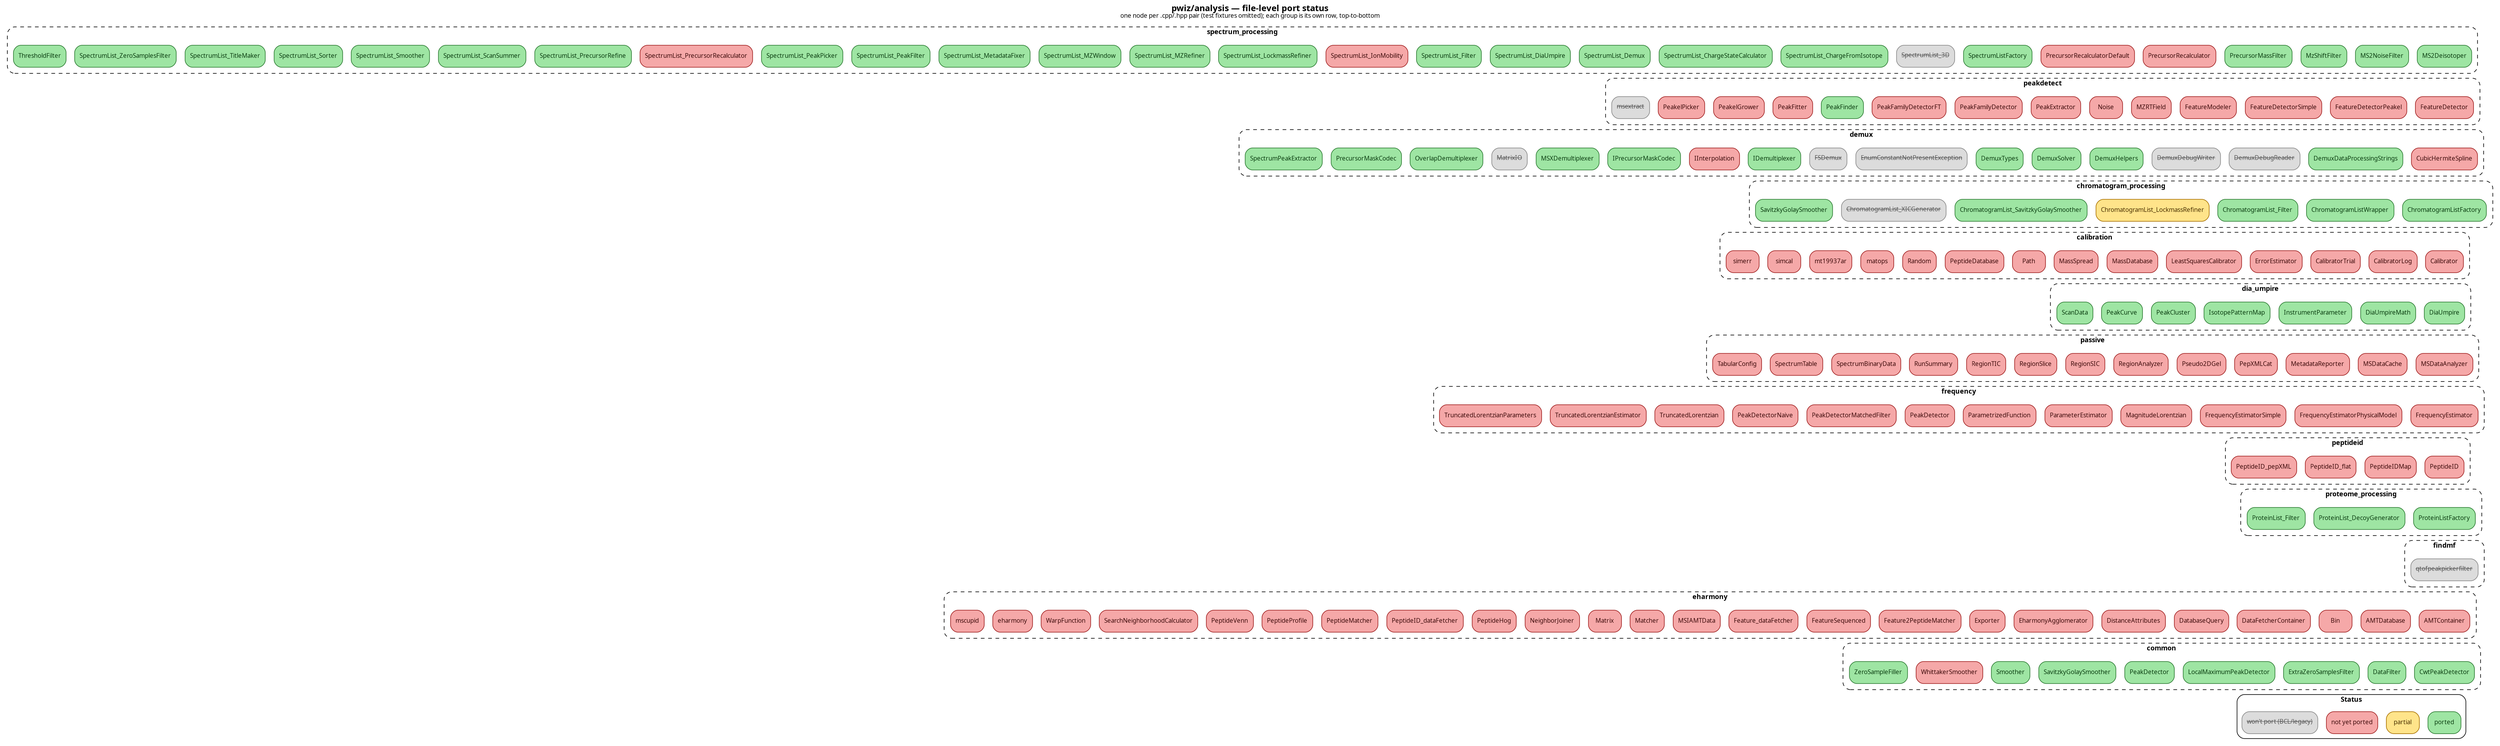
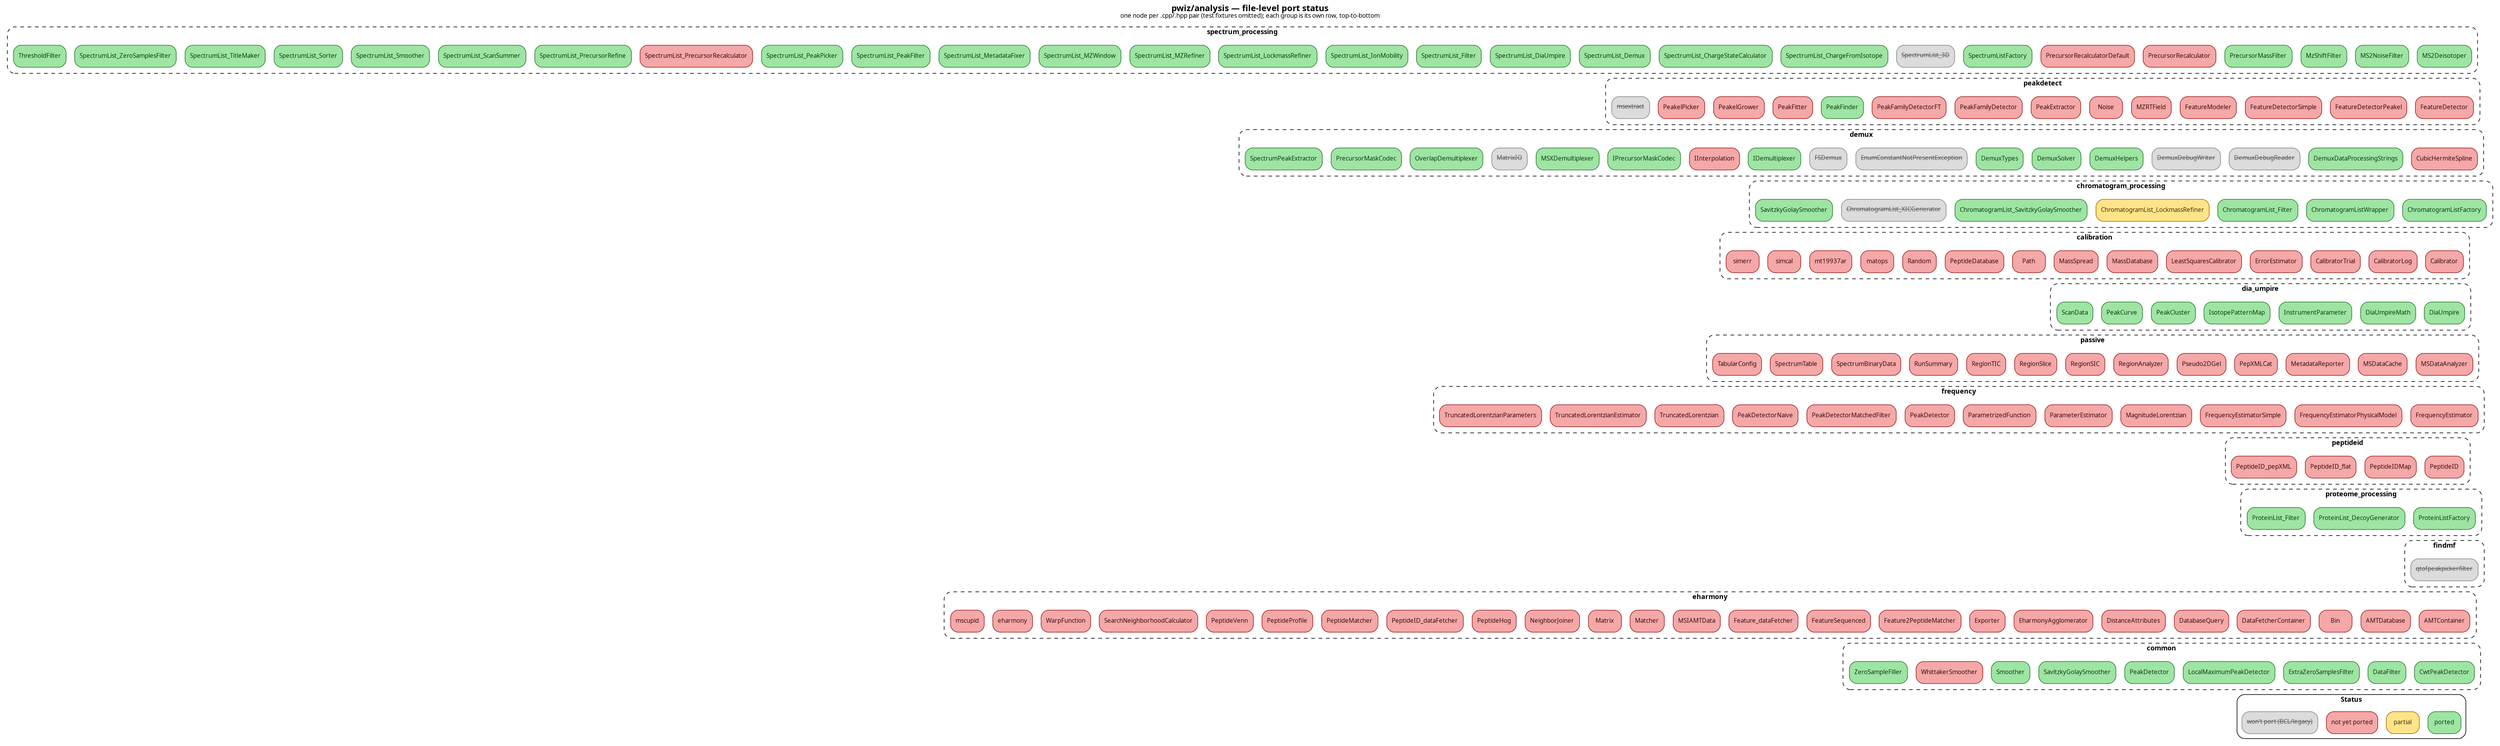
digraph pwiz_module_detail {
  rankdir=TB;
  labelloc=t;
  label=<<b>pwiz/analysis — file-level port status</b><br/><font point-size="10">one node per .cpp/.hpp pair (test fixtures omitted); each group is its own row, top-to-bottom</font>>;
  fontname="Segoe UI";
  node [shape=box, style="filled,rounded", fontname="Segoe UI", fontsize=10];
  edge [color="#444"];
  ranksep=0.6; nodesep=0.2;
  compound=true;
  newrank=true;
  splines=false;
  subgraph cluster_analysis_spectrum_processing {
    label=<<b>spectrum_processing</b>>;
    style="rounded,dashed";
    color="#888";
    fontname="Segoe UI";
    fontsize=11;
    margin=10;
    rank=same;
    n_analysis__spectrum_processing__MS2Deisotoper [label="MS2Deisotoper", fillcolor="#9ee5a3", color="#2c7a32", fontcolor="#0a3d10", tooltip="MS2 isotope-cluster deisotoper. Ported as Analysis/PeakFilters/Ms2Deisotoper.cs.", href="https://github.com/ProteoWizard/pwiz/blob/master/pwiz/analysis/spectrum_processing/MS2Deisotoper.cpp", target="_blank"];
    n_analysis__spectrum_processing__MS2NoiseFilter [label="MS2NoiseFilter", fillcolor="#9ee5a3", color="#2c7a32", fontcolor="#0a3d10", tooltip="MS2 noise-floor trimmer. Ported as Analysis/PeakFilters/Ms2NoiseFilter.cs.", href="https://github.com/ProteoWizard/pwiz/blob/master/pwiz/analysis/spectrum_processing/MS2NoiseFilter.cpp", target="_blank"];
    n_analysis__spectrum_processing__MzShiftFilter [label="MzShiftFilter", fillcolor="#9ee5a3", color="#2c7a32", fontcolor="#0a3d10", tooltip="Apply a constant m/z shift. Ported as Analysis/SpectrumListMzShift.cs.", href="https://github.com/ProteoWizard/pwiz/blob/master/pwiz/analysis/spectrum_processing/MzShiftFilter.cpp", target="_blank"];
    n_analysis__spectrum_processing__PrecursorMassFilter [label="PrecursorMassFilter", fillcolor="#9ee5a3", color="#2c7a32", fontcolor="#0a3d10", tooltip="ETD precursor / charge-reduced / neutral-loss removal. Ported as Analysis/PeakFilters/EtdPrecursorMassFilter.cs.", href="https://github.com/ProteoWizard/pwiz/blob/master/pwiz/analysis/spectrum_processing/PrecursorMassFilter.cpp", target="_blank"];
    n_analysis__spectrum_processing__PrecursorRecalculator [label="PrecursorRecalculator", fillcolor="#f5a8a8", color="#a02020", fontcolor="#3d0a0a", tooltip="Helper for SpectrumList_PrecursorRecalculator. NOT PORTED.", href="https://github.com/ProteoWizard/pwiz/blob/master/pwiz/analysis/spectrum_processing/PrecursorRecalculator.hpp", target="_blank"];
    n_analysis__spectrum_processing__PrecursorRecalculatorDefault [label="PrecursorRecalculatorDefault", fillcolor="#f5a8a8", color="#a02020", fontcolor="#3d0a0a", tooltip="Default precursor-recalc impl. NOT PORTED.", href="https://github.com/ProteoWizard/pwiz/blob/master/pwiz/analysis/spectrum_processing/PrecursorRecalculatorDefault.cpp", target="_blank"];
    n_analysis__spectrum_processing__SpectrumListFactory [label="SpectrumListFactory", fillcolor="#9ee5a3", color="#2c7a32", fontcolor="#0a3d10", tooltip="Filter-spec parser + dispatcher (\"peakPicking true 1-\", \"msLevel 1-2\", etc.).&#10;Ported as Analysis/SpectrumListFactory.cs with the full msconvert filter grammar.", href="https://github.com/ProteoWizard/pwiz/blob/master/pwiz/analysis/spectrum_processing/SpectrumListFactory.cpp", target="_blank"];
    n_analysis__spectrum_processing__SpectrumList_3D [label=<<s>SpectrumList_3D</s>>, fillcolor="#dcdcdc", color="#888888", fontcolor="#555555", tooltip="3D (m/z, drift-time, intensity) reshaper. WON'T PORT — niche, not on the pwiz-sharp roadmap.", href="https://github.com/ProteoWizard/pwiz/blob/master/pwiz/analysis/spectrum_processing/SpectrumList_3D.cpp", target="_blank"];
    n_analysis__spectrum_processing__SpectrumList_ChargeFromIsotope [label="SpectrumList_ChargeFromIsotope", fillcolor="#9ee5a3", color="#2c7a32", fontcolor="#0a3d10", tooltip="Turbocharger — isotope-pattern precursor-charge predictor.&#10;Ported as Analysis/SpectrumList_ChargeFromIsotope.cs with cpp-bit-exact MsvcRand&#10;for pre-simulated distributions + LRU parent-spectrum cache.", href="https://github.com/ProteoWizard/pwiz/blob/master/pwiz/analysis/spectrum_processing/SpectrumList_ChargeFromIsotope.cpp", target="_blank"];
    n_analysis__spectrum_processing__SpectrumList_ChargeStateCalculator [label="SpectrumList_ChargeStateCalculator", fillcolor="#9ee5a3", color="#2c7a32", fontcolor="#0a3d10", tooltip="Heuristic precursor-charge predictor (single-vs-multi, MS1-window based).&#10;Ported as Analysis/SpectrumList_ChargeStateCalculator.cs.", href="https://github.com/ProteoWizard/pwiz/blob/master/pwiz/analysis/spectrum_processing/SpectrumList_ChargeStateCalculator.cpp", target="_blank"];
    n_analysis__spectrum_processing__SpectrumList_Demux [label="SpectrumList_Demux", fillcolor="#9ee5a3", color="#2c7a32", fontcolor="#0a3d10", tooltip="DIA/MSX demultiplexer wrapper. Ported as Analysis/SpectrumListDemux.cs.", href="https://github.com/ProteoWizard/pwiz/blob/master/pwiz/analysis/spectrum_processing/SpectrumList_Demux.cpp", target="_blank"];
    n_analysis__spectrum_processing__SpectrumList_DiaUmpire [label="SpectrumList_DiaUmpire", fillcolor="#9ee5a3", color="#2c7a32", fontcolor="#0a3d10", tooltip="DIA-Umpire MS2 deconvolution wrapper. Ported as Analysis/DiaUmpire/SpectrumList_DiaUmpire.cs. The full DIA-Umpire algorithm (PeakCluster + PeakCurve + IsotopePatternMap + Config + DiaWindow + DiaUmpireMath + ScanData + InstrumentParameter) lives alongside it under Analysis/DiaUmpire/.", href="https://github.com/ProteoWizard/pwiz/blob/master/pwiz/analysis/spectrum_processing/SpectrumList_DiaUmpire.cpp", target="_blank"];
    n_analysis__spectrum_processing__SpectrumList_Filter [label="SpectrumList_Filter", fillcolor="#9ee5a3", color="#2c7a32", fontcolor="#0a3d10", tooltip="Generic index/scanTime/msLevel/polarity/scanNumber/id predicate filter. Ported as Analysis/SpectrumListFilter.cs.", href="https://github.com/ProteoWizard/pwiz/blob/master/pwiz/analysis/spectrum_processing/SpectrumList_Filter.cpp", target="_blank"];
-     n_analysis__spectrum_processing__SpectrumList_IonMobility [label="SpectrumList_IonMobility", fillcolor="#f5a8a8", color="#a02020", fontcolor="#3d0a0a", tooltip="Ion-mobility CCS calculator filter. NOT YET PORTED — needs to be ported once an ion-mobility-capable vendor reader needs it; the vendor reader implementations themselves wire in the CCS conversion.", href="https://github.com/ProteoWizard/pwiz/blob/master/pwiz/analysis/spectrum_processing/SpectrumList_IonMobility.cpp", target="_blank"];
+     n_analysis__spectrum_processing__SpectrumList_IonMobility [label="SpectrumList_IonMobility", fillcolor="#9ee5a3", color="#2c7a32", fontcolor="#0a3d10", tooltip="Unified IM/CCS wrapper across vendors + mzML re-read. Ported as Analysis/SpectrumList_IonMobility.cs. Dispatches through MsData/IIonMobilitySpectrumList (units + combined-IM + SONAR flag) and MsData/IIonMobilityCcsConversion (CCS dispatch), with an mzML CV-param sniff fallback. Waters implements both interfaces today; Agilent / Bruker / Mobilion / Thermo / UIMF plumb in via the same interfaces as their workflows land — the wrapper transparently uses the mzML sniff path until they do.", href="https://github.com/ProteoWizard/pwiz/blob/master/pwiz/analysis/spectrum_processing/SpectrumList_IonMobility.cpp", target="_blank"];
    n_analysis__spectrum_processing__SpectrumList_LockmassRefiner [label="SpectrumList_LockmassRefiner", fillcolor="#9ee5a3", color="#2c7a32", fontcolor="#0a3d10", tooltip="Lock-mass m/z correction (Waters Q-TOF use case).&#10;Ported as Analysis/SpectrumList_LockmassRefiner.cs.", href="https://github.com/ProteoWizard/pwiz/blob/master/pwiz/analysis/spectrum_processing/SpectrumList_LockmassRefiner.cpp", target="_blank"];
    n_analysis__spectrum_processing__SpectrumList_MZRefiner [label="SpectrumList_MZRefiner", fillcolor="#9ee5a3", color="#2c7a32", fontcolor="#0a3d10", tooltip="External-search-result-driven m/z recalibration (mzRefiner filter).&#10;Ported as Analysis/SpectrumList_MZRefiner.cs with full cpp parity (7+ stat passes,&#10;polynomial / shift-only / global / per-scan refinement modes).", href="https://github.com/ProteoWizard/pwiz/blob/master/pwiz/analysis/spectrum_processing/SpectrumList_MZRefiner.cpp", target="_blank"];
    n_analysis__spectrum_processing__SpectrumList_MZWindow [label="SpectrumList_MZWindow", fillcolor="#9ee5a3", color="#2c7a32", fontcolor="#0a3d10", tooltip="m/z range window filter. Ported as Analysis/SpectrumListMzWindow.cs.", href="https://github.com/ProteoWizard/pwiz/blob/master/pwiz/analysis/spectrum_processing/SpectrumList_MZWindow.cpp", target="_blank"];
    n_analysis__spectrum_processing__SpectrumList_MetadataFixer [label="SpectrumList_MetadataFixer", fillcolor="#9ee5a3", color="#2c7a32", fontcolor="#0a3d10", tooltip="Re-derive BPI / TIC / scanWindow from peaks. Ported as Analysis/SpectrumListMetadataFixer.cs.", href="https://github.com/ProteoWizard/pwiz/blob/master/pwiz/analysis/spectrum_processing/SpectrumList_MetadataFixer.cpp", target="_blank"];
    n_analysis__spectrum_processing__SpectrumList_PeakFilter [label="SpectrumList_PeakFilter", fillcolor="#9ee5a3", color="#2c7a32", fontcolor="#0a3d10", tooltip="Framework for per-spectrum peak filters (ETD precursor / charge-reduced / neutral-loss). Ported as Analysis/PeakFilters/.", href="https://github.com/ProteoWizard/pwiz/blob/master/pwiz/analysis/spectrum_processing/SpectrumList_PeakFilter.cpp", target="_blank"];
    n_analysis__spectrum_processing__SpectrumList_PeakPicker [label="SpectrumList_PeakPicker", fillcolor="#9ee5a3", color="#2c7a32", fontcolor="#0a3d10", tooltip="Vendor + CWT + local-maximum centroider. Ported as Analysis/SpectrumList_PeakPicker.cs + Analysis/PeakPicking/CwtPeakDetector.cs.", href="https://github.com/ProteoWizard/pwiz/blob/master/pwiz/analysis/spectrum_processing/SpectrumList_PeakPicker.cpp", target="_blank"];
    n_analysis__spectrum_processing__SpectrumList_PrecursorRecalculator [label="SpectrumList_PrecursorRecalculator", fillcolor="#f5a8a8", color="#a02020", fontcolor="#3d0a0a", tooltip="Re-derive precursor m/z from MS1 (older approach than PrecursorRefine). NOT PORTED — superseded.", href="https://github.com/ProteoWizard/pwiz/blob/master/pwiz/analysis/spectrum_processing/SpectrumList_PrecursorRecalculator.cpp", target="_blank"];
    n_analysis__spectrum_processing__SpectrumList_PrecursorRefine [label="SpectrumList_PrecursorRefine", fillcolor="#9ee5a3", color="#2c7a32", fontcolor="#0a3d10", tooltip="Re-derive precursor m/z from peak-fitted MS1. Ported as Analysis/SpectrumList_PrecursorRefine.cs.", href="https://github.com/ProteoWizard/pwiz/blob/master/pwiz/analysis/spectrum_processing/SpectrumList_PrecursorRefine.cpp", target="_blank"];
    n_analysis__spectrum_processing__SpectrumList_ScanSummer [label="SpectrumList_ScanSummer", fillcolor="#9ee5a3", color="#2c7a32", fontcolor="#0a3d10", tooltip="Sum adjacent scans by retention time. Ported as Analysis/SpectrumListScanSummer.cs.", href="https://github.com/ProteoWizard/pwiz/blob/master/pwiz/analysis/spectrum_processing/SpectrumList_ScanSummer.cpp", target="_blank"];
    n_analysis__spectrum_processing__SpectrumList_Smoother [label="SpectrumList_Smoother", fillcolor="#9ee5a3", color="#2c7a32", fontcolor="#0a3d10", tooltip="Savitzky-Golay smoother. Ported as Analysis/SpectrumList_Smoother.cs.", href="https://github.com/ProteoWizard/pwiz/blob/master/pwiz/analysis/spectrum_processing/SpectrumList_Smoother.cpp", target="_blank"];
    n_analysis__spectrum_processing__SpectrumList_Sorter [label="SpectrumList_Sorter", fillcolor="#9ee5a3", color="#2c7a32", fontcolor="#0a3d10", tooltip="Re-sort spectra by scanTime / scanNumber / ID. Ported as Analysis/SpectrumListSorter.cs.", href="https://github.com/ProteoWizard/pwiz/blob/master/pwiz/analysis/spectrum_processing/SpectrumList_Sorter.cpp", target="_blank"];
    n_analysis__spectrum_processing__SpectrumList_TitleMaker [label="SpectrumList_TitleMaker", fillcolor="#9ee5a3", color="#2c7a32", fontcolor="#0a3d10", tooltip="TPP-compatible spectrum-title templater. Ported as Analysis/SpectrumListTitleMaker.cs.", href="https://github.com/ProteoWizard/pwiz/blob/master/pwiz/analysis/spectrum_processing/SpectrumList_TitleMaker.cpp", target="_blank"];
    n_analysis__spectrum_processing__SpectrumList_ZeroSamplesFilter [label="SpectrumList_ZeroSamplesFilter", fillcolor="#9ee5a3", color="#2c7a32", fontcolor="#0a3d10", tooltip="Insert / remove zero-intensity samples around profile peaks. Ported as Analysis/SpectrumListZeroSamplesFilter.cs.", href="https://github.com/ProteoWizard/pwiz/blob/master/pwiz/analysis/spectrum_processing/SpectrumList_ZeroSamplesFilter.cpp", target="_blank"];
    n_analysis__spectrum_processing__ThresholdFilter [label="ThresholdFilter", fillcolor="#9ee5a3", color="#2c7a32", fontcolor="#0a3d10", tooltip="Per-spectrum intensity thresholder (count / count-after-ties / absolute / bpi-relative /&#10;tic-relative / tic-cutoff). Ported as Analysis/ThresholdFilter.cs.", href="https://github.com/ProteoWizard/pwiz/blob/master/pwiz/analysis/spectrum_processing/ThresholdFilter.cpp", target="_blank"];
    n_analysis__spectrum_processing__MS2Deisotoper -> n_analysis__spectrum_processing__MS2NoiseFilter -> n_analysis__spectrum_processing__MzShiftFilter -> n_analysis__spectrum_processing__PrecursorMassFilter -> n_analysis__spectrum_processing__PrecursorRecalculator -> n_analysis__spectrum_processing__PrecursorRecalculatorDefault -> n_analysis__spectrum_processing__SpectrumListFactory -> n_analysis__spectrum_processing__SpectrumList_3D -> n_analysis__spectrum_processing__SpectrumList_ChargeFromIsotope -> n_analysis__spectrum_processing__SpectrumList_ChargeStateCalculator -> n_analysis__spectrum_processing__SpectrumList_Demux -> n_analysis__spectrum_processing__SpectrumList_DiaUmpire -> n_analysis__spectrum_processing__SpectrumList_Filter -> n_analysis__spectrum_processing__SpectrumList_IonMobility -> n_analysis__spectrum_processing__SpectrumList_LockmassRefiner -> n_analysis__spectrum_processing__SpectrumList_MZRefiner -> n_analysis__spectrum_processing__SpectrumList_MZWindow -> n_analysis__spectrum_processing__SpectrumList_MetadataFixer -> n_analysis__spectrum_processing__SpectrumList_PeakFilter -> n_analysis__spectrum_processing__SpectrumList_PeakPicker -> n_analysis__spectrum_processing__SpectrumList_PrecursorRecalculator -> n_analysis__spectrum_processing__SpectrumList_PrecursorRefine -> n_analysis__spectrum_processing__SpectrumList_ScanSummer -> n_analysis__spectrum_processing__SpectrumList_Smoother -> n_analysis__spectrum_processing__SpectrumList_Sorter -> n_analysis__spectrum_processing__SpectrumList_TitleMaker -> n_analysis__spectrum_processing__SpectrumList_ZeroSamplesFilter -> n_analysis__spectrum_processing__ThresholdFilter [style=invis, constraint=false];
  }
  subgraph cluster_analysis_peakdetect {
    label=<<b>peakdetect</b>>;
    style="rounded,dashed";
    color="#888";
    fontname="Segoe UI";
    fontsize=11;
    margin=10;
    rank=same;
    n_analysis__peakdetect__FeatureDetector [label="FeatureDetector", fillcolor="#f5a8a8", color="#a02020", fontcolor="#3d0a0a", tooltip="MS1 feature (peakel) detector. NOT PORTED — research module.", href="https://github.com/ProteoWizard/pwiz/blob/master/pwiz/analysis/peakdetect/FeatureDetector.hpp", target="_blank"];
    n_analysis__peakdetect__FeatureDetectorPeakel [label="FeatureDetectorPeakel", fillcolor="#f5a8a8", color="#a02020", fontcolor="#3d0a0a", tooltip="Peakel-based feature detector. NOT PORTED.", href="https://github.com/ProteoWizard/pwiz/blob/master/pwiz/analysis/peakdetect/FeatureDetectorPeakel.cpp", target="_blank"];
    n_analysis__peakdetect__FeatureDetectorSimple [label="FeatureDetectorSimple", fillcolor="#f5a8a8", color="#a02020", fontcolor="#3d0a0a", tooltip="Greedy feature detector. NOT PORTED.", href="https://github.com/ProteoWizard/pwiz/blob/master/pwiz/analysis/peakdetect/FeatureDetectorSimple.cpp", target="_blank"];
    n_analysis__peakdetect__FeatureModeler [label="FeatureModeler", fillcolor="#f5a8a8", color="#a02020", fontcolor="#3d0a0a", tooltip="Gaussian-mixture model fitter for features. NOT PORTED.", href="https://github.com/ProteoWizard/pwiz/blob/master/pwiz/analysis/peakdetect/FeatureModeler.cpp", target="_blank"];
    n_analysis__peakdetect__MZRTField [label="MZRTField", fillcolor="#f5a8a8", color="#a02020", fontcolor="#3d0a0a", tooltip="(m/z, rt) coordinate type. NOT PORTED.", href="https://github.com/ProteoWizard/pwiz/blob/master/pwiz/analysis/peakdetect/MZRTField.cpp", target="_blank"];
    n_analysis__peakdetect__Noise [label="Noise", fillcolor="#f5a8a8", color="#a02020", fontcolor="#3d0a0a", tooltip="Noise estimation utilities. NOT PORTED.", href="https://github.com/ProteoWizard/pwiz/blob/master/pwiz/analysis/peakdetect/Noise.cpp", target="_blank"];
    n_analysis__peakdetect__PeakExtractor [label="PeakExtractor", fillcolor="#f5a8a8", color="#a02020", fontcolor="#3d0a0a", tooltip="Extract peaks above a noise floor (feature-detector helper). NOT PORTED.", href="https://github.com/ProteoWizard/pwiz/blob/master/pwiz/analysis/peakdetect/PeakExtractor.cpp", target="_blank"];
    n_analysis__peakdetect__PeakFamilyDetector [label="PeakFamilyDetector", fillcolor="#f5a8a8", color="#a02020", fontcolor="#3d0a0a", tooltip="Charge-state-aware peak family grouping. NOT PORTED.", href="https://github.com/ProteoWizard/pwiz/blob/master/pwiz/analysis/peakdetect/PeakFamilyDetector.cpp", target="_blank"];
    n_analysis__peakdetect__PeakFamilyDetectorFT [label="PeakFamilyDetectorFT", fillcolor="#f5a8a8", color="#a02020", fontcolor="#3d0a0a", tooltip="FT-MS-specific peak family detector. NOT PORTED.", href="https://github.com/ProteoWizard/pwiz/blob/master/pwiz/analysis/peakdetect/PeakFamilyDetectorFT.cpp", target="_blank"];
    n_analysis__peakdetect__PeakFinder [label="PeakFinder", fillcolor="#9ee5a3", color="#2c7a32", fontcolor="#0a3d10", tooltip="IPeakDetector + CwtPeakDetector + LocalMaximumPeakDetector.&#10;Ported as Analysis/PeakPicking/IPeakDetector.cs + CwtPeakDetector.cs +&#10;LocalMaximumPeakDetector.cs. Reference test fixtures (CwtPeakDetectorReferenceTests)&#10;run cpp-generated peak data through the C# port for parity.", href="https://github.com/ProteoWizard/pwiz/blob/master/pwiz/analysis/peakdetect/PeakFinder.cpp", target="_blank"];
    n_analysis__peakdetect__PeakFitter [label="PeakFitter", fillcolor="#f5a8a8", color="#a02020", fontcolor="#3d0a0a", tooltip="Per-peak Gaussian/parabola fit. NOT PORTED — only feature-detector consumers use it.", href="https://github.com/ProteoWizard/pwiz/blob/master/pwiz/analysis/peakdetect/PeakFitter.cpp", target="_blank"];
    n_analysis__peakdetect__PeakelGrower [label="PeakelGrower", fillcolor="#f5a8a8", color="#a02020", fontcolor="#3d0a0a", tooltip="Time-extension of MS1 peaks across scans. NOT PORTED.", href="https://github.com/ProteoWizard/pwiz/blob/master/pwiz/analysis/peakdetect/PeakelGrower.cpp", target="_blank"];
    n_analysis__peakdetect__PeakelPicker [label="PeakelPicker", fillcolor="#f5a8a8", color="#a02020", fontcolor="#3d0a0a", tooltip="Peakel selection from candidate set. NOT PORTED.", href="https://github.com/ProteoWizard/pwiz/blob/master/pwiz/analysis/peakdetect/PeakelPicker.cpp", target="_blank"];
    n_analysis__peakdetect__msextract [label=<<s>msextract</s>>, fillcolor="#dcdcdc", color="#888888", fontcolor="#555555", tooltip="CLI driver. SKIPPED.", href="https://github.com/ProteoWizard/pwiz/blob/master/pwiz/analysis/peakdetect/msextract.cpp", target="_blank"];
    n_analysis__peakdetect__FeatureDetector -> n_analysis__peakdetect__FeatureDetectorPeakel -> n_analysis__peakdetect__FeatureDetectorSimple -> n_analysis__peakdetect__FeatureModeler -> n_analysis__peakdetect__MZRTField -> n_analysis__peakdetect__Noise -> n_analysis__peakdetect__PeakExtractor -> n_analysis__peakdetect__PeakFamilyDetector -> n_analysis__peakdetect__PeakFamilyDetectorFT -> n_analysis__peakdetect__PeakFinder -> n_analysis__peakdetect__PeakFitter -> n_analysis__peakdetect__PeakelGrower -> n_analysis__peakdetect__PeakelPicker -> n_analysis__peakdetect__msextract [style=invis, constraint=false];
  }
  subgraph cluster_analysis_demux {
    label=<<b>demux</b>>;
    style="rounded,dashed";
    color="#888";
    fontname="Segoe UI";
    fontsize=11;
    margin=10;
    rank=same;
    n_analysis__demux__CubicHermiteSpline [label="CubicHermiteSpline", fillcolor="#f5a8a8", color="#a02020", fontcolor="#3d0a0a", tooltip="Cubic Hermite interpolation. NOT PORTED — no current consumer in the demux path.", href="https://github.com/ProteoWizard/pwiz/blob/master/pwiz/analysis/demux/CubicHermiteSpline.cpp", target="_blank"];
    n_analysis__demux__DemuxDataProcessingStrings [label="DemuxDataProcessingStrings", fillcolor="#9ee5a3", color="#2c7a32", fontcolor="#0a3d10", tooltip="String constants for DataProcessing entries. Ported inline into DemuxHelpers.cs.", href="https://github.com/ProteoWizard/pwiz/blob/master/pwiz/analysis/demux/DemuxDataProcessingStrings.hpp", target="_blank"];
    n_analysis__demux__DemuxDebugReader [label=<<s>DemuxDebugReader</s>>, fillcolor="#dcdcdc", color="#888888", fontcolor="#555555", tooltip="Debug snapshot reader. SKIPPED.", href="https://github.com/ProteoWizard/pwiz/blob/master/pwiz/analysis/demux/DemuxDebugReader.cpp", target="_blank"];
    n_analysis__demux__DemuxDebugWriter [label=<<s>DemuxDebugWriter</s>>, fillcolor="#dcdcdc", color="#888888", fontcolor="#555555", tooltip="Debug snapshot writer. SKIPPED.", href="https://github.com/ProteoWizard/pwiz/blob/master/pwiz/analysis/demux/DemuxDebugWriter.cpp", target="_blank"];
    n_analysis__demux__DemuxHelpers [label="DemuxHelpers", fillcolor="#9ee5a3", color="#2c7a32", fontcolor="#0a3d10", tooltip="Helper functions for demux scoring/sorting. Ported as Analysis/Demux/DemuxHelpers.cs.", href="https://github.com/ProteoWizard/pwiz/blob/master/pwiz/analysis/demux/DemuxHelpers.cpp", target="_blank"];
    n_analysis__demux__DemuxSolver [label="DemuxSolver", fillcolor="#9ee5a3", color="#2c7a32", fontcolor="#0a3d10", tooltip="Non-negative least-squares (NNLS) solver for DIA demultiplexing.&#10;Ported as Analysis/Demux/DemuxSolver.cs + Nnls.cs (~200 LOC; cpp-bit-equivalent&#10;active-set solver). Optimized with span-based memory access for 4-8x speedup vs&#10;naïve port.", href="https://github.com/ProteoWizard/pwiz/blob/master/pwiz/analysis/demux/DemuxSolver.cpp", target="_blank"];
    n_analysis__demux__DemuxTypes [label="DemuxTypes", fillcolor="#9ee5a3", color="#2c7a32", fontcolor="#0a3d10", tooltip="Common demux types (DemuxWindow, DemuxIsolationWindow). Folded into Analysis/Demux/PrecursorMaskCodec.cs.", href="https://github.com/ProteoWizard/pwiz/blob/master/pwiz/analysis/demux/DemuxTypes.hpp", target="_blank"];
    n_analysis__demux__EnumConstantNotPresentException [label=<<s>EnumConstantNotPresentException</s>>, fillcolor="#dcdcdc", color="#888888", fontcolor="#555555", tooltip="Trivial exception type. SKIPPED.", href="https://github.com/ProteoWizard/pwiz/blob/master/pwiz/analysis/demux/EnumConstantNotPresentException.hpp", target="_blank"];
    n_analysis__demux__FSDemux [label=<<s>FSDemux</s>>, fillcolor="#dcdcdc", color="#888888", fontcolor="#555555", tooltip="Filesystem-backed demux debug mode. SKIPPED.", href="https://github.com/ProteoWizard/pwiz/blob/master/pwiz/analysis/demux/FSDemux.cpp", target="_blank"];
    n_analysis__demux__IDemultiplexer [label="IDemultiplexer", fillcolor="#9ee5a3", color="#2c7a32", fontcolor="#0a3d10", tooltip="IDemultiplexer interface. Ported as Analysis/Demux/IDemultiplexer.cs.", href="https://github.com/ProteoWizard/pwiz/blob/master/pwiz/analysis/demux/IDemultiplexer.hpp", target="_blank"];
    n_analysis__demux__IInterpolation [label="IInterpolation", fillcolor="#f5a8a8", color="#a02020", fontcolor="#3d0a0a", tooltip="Generic interpolator interface. NOT PORTED.", href="https://github.com/ProteoWizard/pwiz/blob/master/pwiz/analysis/demux/IInterpolation.hpp", target="_blank"];
    n_analysis__demux__IPrecursorMaskCodec [label="IPrecursorMaskCodec", fillcolor="#9ee5a3", color="#2c7a32", fontcolor="#0a3d10", tooltip="Header-only interface. Subsumed by PrecursorMaskCodec.cs.", href="https://github.com/ProteoWizard/pwiz/blob/master/pwiz/analysis/demux/IPrecursorMaskCodec.hpp", target="_blank"];
    n_analysis__demux__MSXDemultiplexer [label="MSXDemultiplexer", fillcolor="#9ee5a3", color="#2c7a32", fontcolor="#0a3d10", tooltip="MSX demultiplexer (Thermo MS2 multiplexing). Ported as Analysis/Demux/MsxDemultiplexer.cs.", href="https://github.com/ProteoWizard/pwiz/blob/master/pwiz/analysis/demux/MSXDemultiplexer.cpp", target="_blank"];
    n_analysis__demux__MatrixIO [label=<<s>MatrixIO</s>>, fillcolor="#dcdcdc", color="#888888", fontcolor="#555555", tooltip="Eigen matrix I/O for debug snapshots. SKIPPED.", href="https://github.com/ProteoWizard/pwiz/blob/master/pwiz/analysis/demux/MatrixIO.cpp", target="_blank"];
    n_analysis__demux__OverlapDemultiplexer [label="OverlapDemultiplexer", fillcolor="#9ee5a3", color="#2c7a32", fontcolor="#0a3d10", tooltip="Overlapping-window DIA demultiplexer. Ported as Analysis/Demux/OverlapDemultiplexer.cs.", href="https://github.com/ProteoWizard/pwiz/blob/master/pwiz/analysis/demux/OverlapDemultiplexer.cpp", target="_blank"];
    n_analysis__demux__PrecursorMaskCodec [label="PrecursorMaskCodec", fillcolor="#9ee5a3", color="#2c7a32", fontcolor="#0a3d10", tooltip="Precursor-window indexing codec. Ported as Analysis/Demux/PrecursorMaskCodec.cs.", href="https://github.com/ProteoWizard/pwiz/blob/master/pwiz/analysis/demux/PrecursorMaskCodec.cpp", target="_blank"];
    n_analysis__demux__SpectrumPeakExtractor [label="SpectrumPeakExtractor", fillcolor="#9ee5a3", color="#2c7a32", fontcolor="#0a3d10", tooltip="Per-scan peak extractor for demux input. Ported as Analysis/Demux/SpectrumPeakExtractor.cs.", href="https://github.com/ProteoWizard/pwiz/blob/master/pwiz/analysis/demux/SpectrumPeakExtractor.cpp", target="_blank"];
    n_analysis__demux__CubicHermiteSpline -> n_analysis__demux__DemuxDataProcessingStrings -> n_analysis__demux__DemuxDebugReader -> n_analysis__demux__DemuxDebugWriter -> n_analysis__demux__DemuxHelpers -> n_analysis__demux__DemuxSolver -> n_analysis__demux__DemuxTypes -> n_analysis__demux__EnumConstantNotPresentException -> n_analysis__demux__FSDemux -> n_analysis__demux__IDemultiplexer -> n_analysis__demux__IInterpolation -> n_analysis__demux__IPrecursorMaskCodec -> n_analysis__demux__MSXDemultiplexer -> n_analysis__demux__MatrixIO -> n_analysis__demux__OverlapDemultiplexer -> n_analysis__demux__PrecursorMaskCodec -> n_analysis__demux__SpectrumPeakExtractor [style=invis, constraint=false];
  }
  subgraph cluster_analysis_chromatogram_processing {
    label=<<b>chromatogram_processing</b>>;
    style="rounded,dashed";
    color="#888";
    fontname="Segoe UI";
    fontsize=11;
    margin=10;
    rank=same;
    n_analysis__chromatogram_processing__ChromatogramListFactory [label="ChromatogramListFactory", fillcolor="#9ee5a3", color="#2c7a32", fontcolor="#0a3d10", tooltip="Ported. No per-file detail recorded yet.", href="https://github.com/ProteoWizard/pwiz/blob/master/pwiz/analysis/chromatogram_processing/ChromatogramListFactory.cpp", target="_blank"];
    n_analysis__chromatogram_processing__ChromatogramListWrapper [label="ChromatogramListWrapper", fillcolor="#9ee5a3", color="#2c7a32", fontcolor="#0a3d10", tooltip="Ported. No per-file detail recorded yet.", href="https://github.com/ProteoWizard/pwiz/blob/master/pwiz/analysis/chromatogram_processing/ChromatogramListWrapper.hpp", target="_blank"];
    n_analysis__chromatogram_processing__ChromatogramList_Filter [label="ChromatogramList_Filter", fillcolor="#9ee5a3", color="#2c7a32", fontcolor="#0a3d10", tooltip="Ported. No per-file detail recorded yet.", href="https://github.com/ProteoWizard/pwiz/blob/master/pwiz/analysis/chromatogram_processing/ChromatogramList_Filter.cpp", target="_blank"];
    n_analysis__chromatogram_processing__ChromatogramList_LockmassRefiner [label="ChromatogramList_LockmassRefiner", fillcolor="#ffe48a", color="#a87000", fontcolor="#4a3000", tooltip="Partially ported. No per-file detail recorded yet.", href="https://github.com/ProteoWizard/pwiz/blob/master/pwiz/analysis/chromatogram_processing/ChromatogramList_LockmassRefiner.cpp", target="_blank"];
    n_analysis__chromatogram_processing__ChromatogramList_SavitzkyGolaySmoother [label="ChromatogramList_SavitzkyGolaySmoother", fillcolor="#9ee5a3", color="#2c7a32", fontcolor="#0a3d10", tooltip="Ported. No per-file detail recorded yet.", href="https://github.com/ProteoWizard/pwiz/blob/master/pwiz/analysis/chromatogram_processing/ChromatogramList_SavitzkyGolaySmoother.cpp", target="_blank"];
    n_analysis__chromatogram_processing__ChromatogramList_XICGenerator [label=<<s>ChromatogramList_XICGenerator</s>>, fillcolor="#dcdcdc", color="#888888", fontcolor="#555555", tooltip="Won't port. No specific replacement recorded.", href="https://github.com/ProteoWizard/pwiz/blob/master/pwiz/analysis/chromatogram_processing/ChromatogramList_XICGenerator.cpp", target="_blank"];
    n_analysis__chromatogram_processing__SavitzkyGolaySmoother [label="SavitzkyGolaySmoother", fillcolor="#9ee5a3", color="#2c7a32", fontcolor="#0a3d10", tooltip="Ported. No per-file detail recorded yet.", href="https://github.com/ProteoWizard/pwiz/blob/master/pwiz/analysis/chromatogram_processing/SavitzkyGolaySmoother.hpp", target="_blank"];
    n_analysis__chromatogram_processing__ChromatogramListFactory -> n_analysis__chromatogram_processing__ChromatogramListWrapper -> n_analysis__chromatogram_processing__ChromatogramList_Filter -> n_analysis__chromatogram_processing__ChromatogramList_LockmassRefiner -> n_analysis__chromatogram_processing__ChromatogramList_SavitzkyGolaySmoother -> n_analysis__chromatogram_processing__ChromatogramList_XICGenerator -> n_analysis__chromatogram_processing__SavitzkyGolaySmoother [style=invis, constraint=false];
  }
  subgraph cluster_analysis_calibration {
    label=<<b>calibration</b>>;
    style="rounded,dashed";
    color="#888";
    fontname="Segoe UI";
    fontsize=11;
    margin=10;
    rank=same;
    n_analysis__calibration__Calibrator [label="Calibrator", fillcolor="#f5a8a8", color="#a02020", fontcolor="#3d0a0a", tooltip="Not yet ported. No specific reason recorded.", href="https://github.com/ProteoWizard/pwiz/blob/master/pwiz/analysis/calibration/Calibrator.cpp", target="_blank"];
    n_analysis__calibration__CalibratorLog [label="CalibratorLog", fillcolor="#f5a8a8", color="#a02020", fontcolor="#3d0a0a", tooltip="Not yet ported. No specific reason recorded.", href="https://github.com/ProteoWizard/pwiz/blob/master/pwiz/analysis/calibration/CalibratorLog.cpp", target="_blank"];
    n_analysis__calibration__CalibratorTrial [label="CalibratorTrial", fillcolor="#f5a8a8", color="#a02020", fontcolor="#3d0a0a", tooltip="Not yet ported. No specific reason recorded.", href="https://github.com/ProteoWizard/pwiz/blob/master/pwiz/analysis/calibration/CalibratorTrial.cpp", target="_blank"];
    n_analysis__calibration__ErrorEstimator [label="ErrorEstimator", fillcolor="#f5a8a8", color="#a02020", fontcolor="#3d0a0a", tooltip="Not yet ported. No specific reason recorded.", href="https://github.com/ProteoWizard/pwiz/blob/master/pwiz/analysis/calibration/ErrorEstimator.cpp", target="_blank"];
    n_analysis__calibration__LeastSquaresCalibrator [label="LeastSquaresCalibrator", fillcolor="#f5a8a8", color="#a02020", fontcolor="#3d0a0a", tooltip="Not yet ported. No specific reason recorded.", href="https://github.com/ProteoWizard/pwiz/blob/master/pwiz/analysis/calibration/LeastSquaresCalibrator.cpp", target="_blank"];
    n_analysis__calibration__MassDatabase [label="MassDatabase", fillcolor="#f5a8a8", color="#a02020", fontcolor="#3d0a0a", tooltip="Not yet ported. No specific reason recorded.", href="https://github.com/ProteoWizard/pwiz/blob/master/pwiz/analysis/calibration/MassDatabase.cpp", target="_blank"];
    n_analysis__calibration__MassSpread [label="MassSpread", fillcolor="#f5a8a8", color="#a02020", fontcolor="#3d0a0a", tooltip="Not yet ported. No specific reason recorded.", href="https://github.com/ProteoWizard/pwiz/blob/master/pwiz/analysis/calibration/MassSpread.cpp", target="_blank"];
    n_analysis__calibration__Path [label="Path", fillcolor="#f5a8a8", color="#a02020", fontcolor="#3d0a0a", tooltip="Not yet ported. No specific reason recorded.", href="https://github.com/ProteoWizard/pwiz/blob/master/pwiz/analysis/calibration/Path.cpp", target="_blank"];
    n_analysis__calibration__PeptideDatabase [label="PeptideDatabase", fillcolor="#f5a8a8", color="#a02020", fontcolor="#3d0a0a", tooltip="Not yet ported. No specific reason recorded.", href="https://github.com/ProteoWizard/pwiz/blob/master/pwiz/analysis/calibration/PeptideDatabase.cpp", target="_blank"];
    n_analysis__calibration__Random [label="Random", fillcolor="#f5a8a8", color="#a02020", fontcolor="#3d0a0a", tooltip="Not yet ported. No specific reason recorded.", href="https://github.com/ProteoWizard/pwiz/blob/master/pwiz/analysis/calibration/Random.cpp", target="_blank"];
    n_analysis__calibration__matops [label="matops", fillcolor="#f5a8a8", color="#a02020", fontcolor="#3d0a0a", tooltip="Not yet ported. No specific reason recorded.", href="https://github.com/ProteoWizard/pwiz/blob/master/pwiz/analysis/calibration/matops.cpp", target="_blank"];
    n_analysis__calibration__mt19937ar [label="mt19937ar", fillcolor="#f5a8a8", color="#a02020", fontcolor="#3d0a0a", tooltip="Not yet ported. No specific reason recorded.", href="https://github.com/ProteoWizard/pwiz/blob/master/pwiz/analysis/calibration/mt19937ar.cpp", target="_blank"];
    n_analysis__calibration__simcal [label="simcal", fillcolor="#f5a8a8", color="#a02020", fontcolor="#3d0a0a", tooltip="Not yet ported. No specific reason recorded.", href="https://github.com/ProteoWizard/pwiz/blob/master/pwiz/analysis/calibration/simcal.cpp", target="_blank"];
    n_analysis__calibration__simerr [label="simerr", fillcolor="#f5a8a8", color="#a02020", fontcolor="#3d0a0a", tooltip="Not yet ported. No specific reason recorded.", href="https://github.com/ProteoWizard/pwiz/blob/master/pwiz/analysis/calibration/simerr.cpp", target="_blank"];
    n_analysis__calibration__Calibrator -> n_analysis__calibration__CalibratorLog -> n_analysis__calibration__CalibratorTrial -> n_analysis__calibration__ErrorEstimator -> n_analysis__calibration__LeastSquaresCalibrator -> n_analysis__calibration__MassDatabase -> n_analysis__calibration__MassSpread -> n_analysis__calibration__Path -> n_analysis__calibration__PeptideDatabase -> n_analysis__calibration__Random -> n_analysis__calibration__matops -> n_analysis__calibration__mt19937ar -> n_analysis__calibration__simcal -> n_analysis__calibration__simerr [style=invis, constraint=false];
  }
  subgraph cluster_analysis_dia_umpire {
    label=<<b>dia_umpire</b>>;
    style="rounded,dashed";
    color="#888";
    fontname="Segoe UI";
    fontsize=11;
    margin=10;
    rank=same;
    n_analysis__dia_umpire__DiaUmpire [label="DiaUmpire", fillcolor="#9ee5a3", color="#2c7a32", fontcolor="#0a3d10", tooltip="Top-level DIA-Umpire orchestrator: builds isotope pattern maps from MS1, groups MS2 fragments into peak clusters, emits pseudo-MS/MS spectra. Ported as Analysis/DiaUmpire/DiaUmpire.cs + SpectrumList_DiaUmpire.cs.", href="https://github.com/ProteoWizard/pwiz/blob/master/pwiz/analysis/dia_umpire/DiaUmpire.cpp", target="_blank"];
    n_analysis__dia_umpire__DiaUmpireMath [label="DiaUmpireMath", fillcolor="#9ee5a3", color="#2c7a32", fontcolor="#0a3d10", tooltip="Numeric helpers (Gaussian smoothing, derivative, integration) used by the peak-detection passes. Ported as Analysis/DiaUmpire/DiaUmpireMath.cs.", href="https://github.com/ProteoWizard/pwiz/blob/master/pwiz/analysis/dia_umpire/DiaUmpireMath.hpp", target="_blank"];
    n_analysis__dia_umpire__InstrumentParameter [label="InstrumentParameter", fillcolor="#9ee5a3", color="#2c7a32", fontcolor="#0a3d10", tooltip="Mass-accuracy / resolution tuning parameters consumed by the clusterer. Ported as Analysis/DiaUmpire/InstrumentParameter.cs.", href="https://github.com/ProteoWizard/pwiz/blob/master/pwiz/analysis/dia_umpire/InstrumentParameter.hpp", target="_blank"];
    n_analysis__dia_umpire__IsotopePatternMap [label="IsotopePatternMap", fillcolor="#9ee5a3", color="#2c7a32", fontcolor="#0a3d10", tooltip="Per-charge averagine isotope-pattern lookup table. Ported as Analysis/DiaUmpire/IsotopePatternMap.cs.", href="https://github.com/ProteoWizard/pwiz/blob/master/pwiz/analysis/dia_umpire/IsotopePatternMap.cpp", target="_blank"];
    n_analysis__dia_umpire__PeakCluster [label="PeakCluster", fillcolor="#9ee5a3", color="#2c7a32", fontcolor="#0a3d10", tooltip="Grouped peak curves that form one feature (matched MS1 + co-eluting MS2). Ported as Analysis/DiaUmpire/PeakCluster.cs.", href="https://github.com/ProteoWizard/pwiz/blob/master/pwiz/analysis/dia_umpire/PeakCluster.hpp", target="_blank"];
    n_analysis__dia_umpire__PeakCurve [label="PeakCurve", fillcolor="#9ee5a3", color="#2c7a32", fontcolor="#0a3d10", tooltip="Single-m/z chromatographic peak across consecutive scans — the unit DIA-Umpire clusters. Ported as Analysis/DiaUmpire/PeakCurve.cs.", href="https://github.com/ProteoWizard/pwiz/blob/master/pwiz/analysis/dia_umpire/PeakCurve.hpp", target="_blank"];
    n_analysis__dia_umpire__ScanData [label="ScanData", fillcolor="#9ee5a3", color="#2c7a32", fontcolor="#0a3d10", tooltip="Per-scan working buffers (mz/intensity arrays, RT, MS level). Ported as Analysis/DiaUmpire/ScanData.cs.", href="https://github.com/ProteoWizard/pwiz/blob/master/pwiz/analysis/dia_umpire/ScanData.hpp", target="_blank"];
    n_analysis__dia_umpire__DiaUmpire -> n_analysis__dia_umpire__DiaUmpireMath -> n_analysis__dia_umpire__InstrumentParameter -> n_analysis__dia_umpire__IsotopePatternMap -> n_analysis__dia_umpire__PeakCluster -> n_analysis__dia_umpire__PeakCurve -> n_analysis__dia_umpire__ScanData [style=invis, constraint=false];
  }
  subgraph cluster_analysis_passive {
    label=<<b>passive</b>>;
    style="rounded,dashed";
    color="#888";
    fontname="Segoe UI";
    fontsize=11;
    margin=10;
    rank=same;
    n_analysis__passive__MSDataAnalyzer [label="MSDataAnalyzer", fillcolor="#f5a8a8", color="#a02020", fontcolor="#3d0a0a", tooltip="Not yet ported. No specific reason recorded.", href="https://github.com/ProteoWizard/pwiz/blob/master/pwiz/analysis/passive/MSDataAnalyzer.cpp", target="_blank"];
    n_analysis__passive__MSDataCache [label="MSDataCache", fillcolor="#f5a8a8", color="#a02020", fontcolor="#3d0a0a", tooltip="Not yet ported. No specific reason recorded.", href="https://github.com/ProteoWizard/pwiz/blob/master/pwiz/analysis/passive/MSDataCache.cpp", target="_blank"];
    n_analysis__passive__MetadataReporter [label="MetadataReporter", fillcolor="#f5a8a8", color="#a02020", fontcolor="#3d0a0a", tooltip="Not yet ported. No specific reason recorded.", href="https://github.com/ProteoWizard/pwiz/blob/master/pwiz/analysis/passive/MetadataReporter.cpp", target="_blank"];
    n_analysis__passive__PepXMLCat [label="PepXMLCat", fillcolor="#f5a8a8", color="#a02020", fontcolor="#3d0a0a", tooltip="Not yet ported. No specific reason recorded.", href="https://github.com/ProteoWizard/pwiz/blob/master/pwiz/analysis/passive/PepXMLCat.cpp", target="_blank"];
    n_analysis__passive__Pseudo2DGel [label="Pseudo2DGel", fillcolor="#f5a8a8", color="#a02020", fontcolor="#3d0a0a", tooltip="Not yet ported. No specific reason recorded.", href="https://github.com/ProteoWizard/pwiz/blob/master/pwiz/analysis/passive/Pseudo2DGel.cpp", target="_blank"];
    n_analysis__passive__RegionAnalyzer [label="RegionAnalyzer", fillcolor="#f5a8a8", color="#a02020", fontcolor="#3d0a0a", tooltip="Not yet ported. No specific reason recorded.", href="https://github.com/ProteoWizard/pwiz/blob/master/pwiz/analysis/passive/RegionAnalyzer.cpp", target="_blank"];
    n_analysis__passive__RegionSIC [label="RegionSIC", fillcolor="#f5a8a8", color="#a02020", fontcolor="#3d0a0a", tooltip="Not yet ported. No specific reason recorded.", href="https://github.com/ProteoWizard/pwiz/blob/master/pwiz/analysis/passive/RegionSIC.cpp", target="_blank"];
    n_analysis__passive__RegionSlice [label="RegionSlice", fillcolor="#f5a8a8", color="#a02020", fontcolor="#3d0a0a", tooltip="Not yet ported. No specific reason recorded.", href="https://github.com/ProteoWizard/pwiz/blob/master/pwiz/analysis/passive/RegionSlice.cpp", target="_blank"];
    n_analysis__passive__RegionTIC [label="RegionTIC", fillcolor="#f5a8a8", color="#a02020", fontcolor="#3d0a0a", tooltip="Not yet ported. No specific reason recorded.", href="https://github.com/ProteoWizard/pwiz/blob/master/pwiz/analysis/passive/RegionTIC.cpp", target="_blank"];
    n_analysis__passive__RunSummary [label="RunSummary", fillcolor="#f5a8a8", color="#a02020", fontcolor="#3d0a0a", tooltip="Not yet ported. No specific reason recorded.", href="https://github.com/ProteoWizard/pwiz/blob/master/pwiz/analysis/passive/RunSummary.cpp", target="_blank"];
    n_analysis__passive__SpectrumBinaryData [label="SpectrumBinaryData", fillcolor="#f5a8a8", color="#a02020", fontcolor="#3d0a0a", tooltip="Not yet ported. No specific reason recorded.", href="https://github.com/ProteoWizard/pwiz/blob/master/pwiz/analysis/passive/SpectrumBinaryData.cpp", target="_blank"];
    n_analysis__passive__SpectrumTable [label="SpectrumTable", fillcolor="#f5a8a8", color="#a02020", fontcolor="#3d0a0a", tooltip="Not yet ported. No specific reason recorded.", href="https://github.com/ProteoWizard/pwiz/blob/master/pwiz/analysis/passive/SpectrumTable.cpp", target="_blank"];
    n_analysis__passive__TabularConfig [label="TabularConfig", fillcolor="#f5a8a8", color="#a02020", fontcolor="#3d0a0a", tooltip="Not yet ported. No specific reason recorded.", href="https://github.com/ProteoWizard/pwiz/blob/master/pwiz/analysis/passive/TabularConfig.cpp", target="_blank"];
    n_analysis__passive__MSDataAnalyzer -> n_analysis__passive__MSDataCache -> n_analysis__passive__MetadataReporter -> n_analysis__passive__PepXMLCat -> n_analysis__passive__Pseudo2DGel -> n_analysis__passive__RegionAnalyzer -> n_analysis__passive__RegionSIC -> n_analysis__passive__RegionSlice -> n_analysis__passive__RegionTIC -> n_analysis__passive__RunSummary -> n_analysis__passive__SpectrumBinaryData -> n_analysis__passive__SpectrumTable -> n_analysis__passive__TabularConfig [style=invis, constraint=false];
  }
  subgraph cluster_analysis_frequency {
    label=<<b>frequency</b>>;
    style="rounded,dashed";
    color="#888";
    fontname="Segoe UI";
    fontsize=11;
    margin=10;
    rank=same;
    n_analysis__frequency__FrequencyEstimator [label="FrequencyEstimator", fillcolor="#f5a8a8", color="#a02020", fontcolor="#3d0a0a", tooltip="Not yet ported. No specific reason recorded.", href="https://github.com/ProteoWizard/pwiz/blob/master/pwiz/analysis/frequency/FrequencyEstimator.hpp", target="_blank"];
    n_analysis__frequency__FrequencyEstimatorPhysicalModel [label="FrequencyEstimatorPhysicalModel", fillcolor="#f5a8a8", color="#a02020", fontcolor="#3d0a0a", tooltip="Not yet ported. No specific reason recorded.", href="https://github.com/ProteoWizard/pwiz/blob/master/pwiz/analysis/frequency/FrequencyEstimatorPhysicalModel.cpp", target="_blank"];
    n_analysis__frequency__FrequencyEstimatorSimple [label="FrequencyEstimatorSimple", fillcolor="#f5a8a8", color="#a02020", fontcolor="#3d0a0a", tooltip="Not yet ported. No specific reason recorded.", href="https://github.com/ProteoWizard/pwiz/blob/master/pwiz/analysis/frequency/FrequencyEstimatorSimple.cpp", target="_blank"];
    n_analysis__frequency__MagnitudeLorentzian [label="MagnitudeLorentzian", fillcolor="#f5a8a8", color="#a02020", fontcolor="#3d0a0a", tooltip="Not yet ported. No specific reason recorded.", href="https://github.com/ProteoWizard/pwiz/blob/master/pwiz/analysis/frequency/MagnitudeLorentzian.cpp", target="_blank"];
    n_analysis__frequency__ParameterEstimator [label="ParameterEstimator", fillcolor="#f5a8a8", color="#a02020", fontcolor="#3d0a0a", tooltip="Not yet ported. No specific reason recorded.", href="https://github.com/ProteoWizard/pwiz/blob/master/pwiz/analysis/frequency/ParameterEstimator.cpp", target="_blank"];
    n_analysis__frequency__ParametrizedFunction [label="ParametrizedFunction", fillcolor="#f5a8a8", color="#a02020", fontcolor="#3d0a0a", tooltip="Not yet ported. No specific reason recorded.", href="https://github.com/ProteoWizard/pwiz/blob/master/pwiz/analysis/frequency/ParametrizedFunction.hpp", target="_blank"];
    n_analysis__frequency__PeakDetector [label="PeakDetector", fillcolor="#f5a8a8", color="#a02020", fontcolor="#3d0a0a", tooltip="Not yet ported. No specific reason recorded.", href="https://github.com/ProteoWizard/pwiz/blob/master/pwiz/analysis/frequency/PeakDetector.hpp", target="_blank"];
    n_analysis__frequency__PeakDetectorMatchedFilter [label="PeakDetectorMatchedFilter", fillcolor="#f5a8a8", color="#a02020", fontcolor="#3d0a0a", tooltip="Not yet ported. No specific reason recorded.", href="https://github.com/ProteoWizard/pwiz/blob/master/pwiz/analysis/frequency/PeakDetectorMatchedFilter.cpp", target="_blank"];
    n_analysis__frequency__PeakDetectorNaive [label="PeakDetectorNaive", fillcolor="#f5a8a8", color="#a02020", fontcolor="#3d0a0a", tooltip="Not yet ported. No specific reason recorded.", href="https://github.com/ProteoWizard/pwiz/blob/master/pwiz/analysis/frequency/PeakDetectorNaive.cpp", target="_blank"];
    n_analysis__frequency__TruncatedLorentzian [label="TruncatedLorentzian", fillcolor="#f5a8a8", color="#a02020", fontcolor="#3d0a0a", tooltip="Not yet ported. No specific reason recorded.", href="https://github.com/ProteoWizard/pwiz/blob/master/pwiz/analysis/frequency/TruncatedLorentzian.cpp", target="_blank"];
    n_analysis__frequency__TruncatedLorentzianEstimator [label="TruncatedLorentzianEstimator", fillcolor="#f5a8a8", color="#a02020", fontcolor="#3d0a0a", tooltip="Not yet ported. No specific reason recorded.", href="https://github.com/ProteoWizard/pwiz/blob/master/pwiz/analysis/frequency/TruncatedLorentzianEstimator.cpp", target="_blank"];
    n_analysis__frequency__TruncatedLorentzianParameters [label="TruncatedLorentzianParameters", fillcolor="#f5a8a8", color="#a02020", fontcolor="#3d0a0a", tooltip="Not yet ported. No specific reason recorded.", href="https://github.com/ProteoWizard/pwiz/blob/master/pwiz/analysis/frequency/TruncatedLorentzianParameters.cpp", target="_blank"];
    n_analysis__frequency__FrequencyEstimator -> n_analysis__frequency__FrequencyEstimatorPhysicalModel -> n_analysis__frequency__FrequencyEstimatorSimple -> n_analysis__frequency__MagnitudeLorentzian -> n_analysis__frequency__ParameterEstimator -> n_analysis__frequency__ParametrizedFunction -> n_analysis__frequency__PeakDetector -> n_analysis__frequency__PeakDetectorMatchedFilter -> n_analysis__frequency__PeakDetectorNaive -> n_analysis__frequency__TruncatedLorentzian -> n_analysis__frequency__TruncatedLorentzianEstimator -> n_analysis__frequency__TruncatedLorentzianParameters [style=invis, constraint=false];
  }
  subgraph cluster_analysis_peptideid {
    label=<<b>peptideid</b>>;
    style="rounded,dashed";
    color="#888";
    fontname="Segoe UI";
    fontsize=11;
    margin=10;
    rank=same;
    n_analysis__peptideid__PeptideID [label="PeptideID", fillcolor="#f5a8a8", color="#a02020", fontcolor="#3d0a0a", tooltip="Not yet ported. No specific reason recorded.", href="https://github.com/ProteoWizard/pwiz/blob/master/pwiz/analysis/peptideid/PeptideID.hpp", target="_blank"];
    n_analysis__peptideid__PeptideIDMap [label="PeptideIDMap", fillcolor="#f5a8a8", color="#a02020", fontcolor="#3d0a0a", tooltip="Not yet ported. No specific reason recorded.", href="https://github.com/ProteoWizard/pwiz/blob/master/pwiz/analysis/peptideid/PeptideIDMap.cpp", target="_blank"];
    n_analysis__peptideid__PeptideID_flat [label="PeptideID_flat", fillcolor="#f5a8a8", color="#a02020", fontcolor="#3d0a0a", tooltip="Not yet ported. No specific reason recorded.", href="https://github.com/ProteoWizard/pwiz/blob/master/pwiz/analysis/peptideid/PeptideID_flat.cpp", target="_blank"];
    n_analysis__peptideid__PeptideID_pepXML [label="PeptideID_pepXML", fillcolor="#f5a8a8", color="#a02020", fontcolor="#3d0a0a", tooltip="Not yet ported. No specific reason recorded.", href="https://github.com/ProteoWizard/pwiz/blob/master/pwiz/analysis/peptideid/PeptideID_pepXML.cpp", target="_blank"];
    n_analysis__peptideid__PeptideID -> n_analysis__peptideid__PeptideIDMap -> n_analysis__peptideid__PeptideID_flat -> n_analysis__peptideid__PeptideID_pepXML [style=invis, constraint=false];
  }
  subgraph cluster_analysis_proteome_processing {
    label=<<b>proteome_processing</b>>;
    style="rounded,dashed";
    color="#888";
    fontname="Segoe UI";
    fontsize=11;
    margin=10;
    rank=same;
    n_analysis__proteome_processing__ProteinListFactory [label="ProteinListFactory", fillcolor="#9ee5a3", color="#2c7a32", fontcolor="#0a3d10", tooltip="Command-string dispatcher for stacking ProteinList wrappers: `index <int-set>`, `id <file-or-semicolon-list>`, `decoyGenerator <reverse|shuffle[=seed]> <prefix>`. Ported as Analysis/Proteome/ProteinListFactory.cs.", href="https://github.com/ProteoWizard/pwiz/blob/master/pwiz/analysis/proteome_processing/ProteinListFactory.cpp", target="_blank"];
    n_analysis__proteome_processing__ProteinList_DecoyGenerator [label="ProteinList_DecoyGenerator", fillcolor="#9ee5a3", color="#2c7a32", fontcolor="#0a3d10", tooltip="Doubles a ProteinList by generating decoy proteins (reversed or shuffled sequence) for every target. Find(id) strips the decoy prefix on lookup. Ported as Analysis/Proteome/ProteinList_DecoyGenerator.cs.", href="https://github.com/ProteoWizard/pwiz/blob/master/pwiz/analysis/proteome_processing/ProteinList_DecoyGenerator.cpp", target="_blank"];
    n_analysis__proteome_processing__ProteinList_Filter [label="ProteinList_Filter", fillcolor="#9ee5a3", color="#2c7a32", fontcolor="#0a3d10", tooltip="Predicate-driven sub-list over a ProteinList; supports IndexSet, IdSet, and arbitrary client predicates. Tribool return type lets predicates request sequence-loading via a retry pass. Ported as Analysis/Proteome/ProteinList_Filter.cs.", href="https://github.com/ProteoWizard/pwiz/blob/master/pwiz/analysis/proteome_processing/ProteinList_Filter.cpp", target="_blank"];
    n_analysis__proteome_processing__ProteinListFactory -> n_analysis__proteome_processing__ProteinList_DecoyGenerator -> n_analysis__proteome_processing__ProteinList_Filter [style=invis, constraint=false];
  }
  subgraph cluster_analysis_findmf {
    label=<<b>findmf</b>>;
    style="rounded,dashed";
    color="#888";
    fontname="Segoe UI";
    fontsize=11;
    margin=10;
    rank=same;
    n_analysis__findmf__qtofpeakpickerfilter [label=<<s>qtofpeakpickerfilter</s>>, fillcolor="#dcdcdc", color="#888888", fontcolor="#555555", tooltip="Won't port. No specific replacement recorded.", href="https://github.com/ProteoWizard/pwiz/blob/master/pwiz/analysis/findmf/qtofpeakpickerfilter.hpp", target="_blank"];
  }
  subgraph cluster_analysis_eharmony {
    label=<<b>eharmony</b>>;
    style="rounded,dashed";
    color="#888";
    fontname="Segoe UI";
    fontsize=11;
    margin=10;
    rank=same;
    n_analysis__eharmony__AMTContainer [label="AMTContainer", fillcolor="#f5a8a8", color="#a02020", fontcolor="#3d0a0a", tooltip="Not yet ported. No specific reason recorded.", href="https://github.com/ProteoWizard/pwiz/blob/master/pwiz/analysis/eharmony/AMTContainer.cpp", target="_blank"];
    n_analysis__eharmony__AMTDatabase [label="AMTDatabase", fillcolor="#f5a8a8", color="#a02020", fontcolor="#3d0a0a", tooltip="Not yet ported. No specific reason recorded.", href="https://github.com/ProteoWizard/pwiz/blob/master/pwiz/analysis/eharmony/AMTDatabase.cpp", target="_blank"];
    n_analysis__eharmony__Bin [label="Bin", fillcolor="#f5a8a8", color="#a02020", fontcolor="#3d0a0a", tooltip="Not yet ported. No specific reason recorded.", href="https://github.com/ProteoWizard/pwiz/blob/master/pwiz/analysis/eharmony/Bin.hpp", target="_blank"];
    n_analysis__eharmony__DataFetcherContainer [label="DataFetcherContainer", fillcolor="#f5a8a8", color="#a02020", fontcolor="#3d0a0a", tooltip="Not yet ported. No specific reason recorded.", href="https://github.com/ProteoWizard/pwiz/blob/master/pwiz/analysis/eharmony/DataFetcherContainer.cpp", target="_blank"];
    n_analysis__eharmony__DatabaseQuery [label="DatabaseQuery", fillcolor="#f5a8a8", color="#a02020", fontcolor="#3d0a0a", tooltip="Not yet ported. No specific reason recorded.", href="https://github.com/ProteoWizard/pwiz/blob/master/pwiz/analysis/eharmony/DatabaseQuery.cpp", target="_blank"];
    n_analysis__eharmony__DistanceAttributes [label="DistanceAttributes", fillcolor="#f5a8a8", color="#a02020", fontcolor="#3d0a0a", tooltip="Not yet ported. No specific reason recorded.", href="https://github.com/ProteoWizard/pwiz/blob/master/pwiz/analysis/eharmony/DistanceAttributes.cpp", target="_blank"];
    n_analysis__eharmony__EharmonyAgglomerator [label="EharmonyAgglomerator", fillcolor="#f5a8a8", color="#a02020", fontcolor="#3d0a0a", tooltip="Not yet ported. No specific reason recorded.", href="https://github.com/ProteoWizard/pwiz/blob/master/pwiz/analysis/eharmony/EharmonyAgglomerator.cpp", target="_blank"];
    n_analysis__eharmony__Exporter [label="Exporter", fillcolor="#f5a8a8", color="#a02020", fontcolor="#3d0a0a", tooltip="Not yet ported. No specific reason recorded.", href="https://github.com/ProteoWizard/pwiz/blob/master/pwiz/analysis/eharmony/Exporter.cpp", target="_blank"];
    n_analysis__eharmony__Feature2PeptideMatcher [label="Feature2PeptideMatcher", fillcolor="#f5a8a8", color="#a02020", fontcolor="#3d0a0a", tooltip="Not yet ported. No specific reason recorded.", href="https://github.com/ProteoWizard/pwiz/blob/master/pwiz/analysis/eharmony/Feature2PeptideMatcher.cpp", target="_blank"];
    n_analysis__eharmony__FeatureSequenced [label="FeatureSequenced", fillcolor="#f5a8a8", color="#a02020", fontcolor="#3d0a0a", tooltip="Not yet ported. No specific reason recorded.", href="https://github.com/ProteoWizard/pwiz/blob/master/pwiz/analysis/eharmony/FeatureSequenced.cpp", target="_blank"];
    n_analysis__eharmony__Feature_dataFetcher [label="Feature_dataFetcher", fillcolor="#f5a8a8", color="#a02020", fontcolor="#3d0a0a", tooltip="Not yet ported. No specific reason recorded.", href="https://github.com/ProteoWizard/pwiz/blob/master/pwiz/analysis/eharmony/Feature_dataFetcher.cpp", target="_blank"];
    n_analysis__eharmony__MSIAMTData [label="MSIAMTData", fillcolor="#f5a8a8", color="#a02020", fontcolor="#3d0a0a", tooltip="Not yet ported. No specific reason recorded.", href="https://github.com/ProteoWizard/pwiz/blob/master/pwiz/analysis/eharmony/MSIAMTData.cpp", target="_blank"];
    n_analysis__eharmony__Matcher [label="Matcher", fillcolor="#f5a8a8", color="#a02020", fontcolor="#3d0a0a", tooltip="Not yet ported. No specific reason recorded.", href="https://github.com/ProteoWizard/pwiz/blob/master/pwiz/analysis/eharmony/Matcher.cpp", target="_blank"];
    n_analysis__eharmony__Matrix [label="Matrix", fillcolor="#f5a8a8", color="#a02020", fontcolor="#3d0a0a", tooltip="Not yet ported. No specific reason recorded.", href="https://github.com/ProteoWizard/pwiz/blob/master/pwiz/analysis/eharmony/Matrix.cpp", target="_blank"];
    n_analysis__eharmony__NeighborJoiner [label="NeighborJoiner", fillcolor="#f5a8a8", color="#a02020", fontcolor="#3d0a0a", tooltip="Not yet ported. No specific reason recorded.", href="https://github.com/ProteoWizard/pwiz/blob/master/pwiz/analysis/eharmony/NeighborJoiner.cpp", target="_blank"];
    n_analysis__eharmony__PeptideHog [label="PeptideHog", fillcolor="#f5a8a8", color="#a02020", fontcolor="#3d0a0a", tooltip="Not yet ported. No specific reason recorded.", href="https://github.com/ProteoWizard/pwiz/blob/master/pwiz/analysis/eharmony/PeptideHog.cpp", target="_blank"];
    n_analysis__eharmony__PeptideID_dataFetcher [label="PeptideID_dataFetcher", fillcolor="#f5a8a8", color="#a02020", fontcolor="#3d0a0a", tooltip="Not yet ported. No specific reason recorded.", href="https://github.com/ProteoWizard/pwiz/blob/master/pwiz/analysis/eharmony/PeptideID_dataFetcher.cpp", target="_blank"];
    n_analysis__eharmony__PeptideMatcher [label="PeptideMatcher", fillcolor="#f5a8a8", color="#a02020", fontcolor="#3d0a0a", tooltip="Not yet ported. No specific reason recorded.", href="https://github.com/ProteoWizard/pwiz/blob/master/pwiz/analysis/eharmony/PeptideMatcher.cpp", target="_blank"];
    n_analysis__eharmony__PeptideProfile [label="PeptideProfile", fillcolor="#f5a8a8", color="#a02020", fontcolor="#3d0a0a", tooltip="Not yet ported. No specific reason recorded.", href="https://github.com/ProteoWizard/pwiz/blob/master/pwiz/analysis/eharmony/PeptideProfile.cpp", target="_blank"];
    n_analysis__eharmony__PeptideVenn [label="PeptideVenn", fillcolor="#f5a8a8", color="#a02020", fontcolor="#3d0a0a", tooltip="Not yet ported. No specific reason recorded.", href="https://github.com/ProteoWizard/pwiz/blob/master/pwiz/analysis/eharmony/PeptideVenn.cpp", target="_blank"];
    n_analysis__eharmony__SearchNeighborhoodCalculator [label="SearchNeighborhoodCalculator", fillcolor="#f5a8a8", color="#a02020", fontcolor="#3d0a0a", tooltip="Not yet ported. No specific reason recorded.", href="https://github.com/ProteoWizard/pwiz/blob/master/pwiz/analysis/eharmony/SearchNeighborhoodCalculator.cpp", target="_blank"];
    n_analysis__eharmony__WarpFunction [label="WarpFunction", fillcolor="#f5a8a8", color="#a02020", fontcolor="#3d0a0a", tooltip="Not yet ported. No specific reason recorded.", href="https://github.com/ProteoWizard/pwiz/blob/master/pwiz/analysis/eharmony/WarpFunction.cpp", target="_blank"];
    n_analysis__eharmony__eharmony [label="eharmony", fillcolor="#f5a8a8", color="#a02020", fontcolor="#3d0a0a", tooltip="Not yet ported. No specific reason recorded.", href="https://github.com/ProteoWizard/pwiz/blob/master/pwiz/analysis/eharmony/eharmony.cpp", target="_blank"];
    n_analysis__eharmony__mscupid [label="mscupid", fillcolor="#f5a8a8", color="#a02020", fontcolor="#3d0a0a", tooltip="Not yet ported. No specific reason recorded.", href="https://github.com/ProteoWizard/pwiz/blob/master/pwiz/analysis/eharmony/mscupid.cpp", target="_blank"];
    n_analysis__eharmony__AMTContainer -> n_analysis__eharmony__AMTDatabase -> n_analysis__eharmony__Bin -> n_analysis__eharmony__DataFetcherContainer -> n_analysis__eharmony__DatabaseQuery -> n_analysis__eharmony__DistanceAttributes -> n_analysis__eharmony__EharmonyAgglomerator -> n_analysis__eharmony__Exporter -> n_analysis__eharmony__Feature2PeptideMatcher -> n_analysis__eharmony__FeatureSequenced -> n_analysis__eharmony__Feature_dataFetcher -> n_analysis__eharmony__MSIAMTData -> n_analysis__eharmony__Matcher -> n_analysis__eharmony__Matrix -> n_analysis__eharmony__NeighborJoiner -> n_analysis__eharmony__PeptideHog -> n_analysis__eharmony__PeptideID_dataFetcher -> n_analysis__eharmony__PeptideMatcher -> n_analysis__eharmony__PeptideProfile -> n_analysis__eharmony__PeptideVenn -> n_analysis__eharmony__SearchNeighborhoodCalculator -> n_analysis__eharmony__WarpFunction -> n_analysis__eharmony__eharmony -> n_analysis__eharmony__mscupid [style=invis, constraint=false];
  }
  subgraph cluster_analysis_common {
    label=<<b>common</b>>;
    style="rounded,dashed";
    color="#888";
    fontname="Segoe UI";
    fontsize=11;
    margin=10;
    rank=same;
    n_analysis__common__CwtPeakDetector [label="CwtPeakDetector", fillcolor="#9ee5a3", color="#2c7a32", fontcolor="#0a3d10", tooltip="Continuous-wavelet-transform peak detector. Ported as Analysis/PeakPicking/CwtPeakDetector.cs.", href="https://github.com/ProteoWizard/pwiz/blob/master/pwiz/analysis/common/CwtPeakDetector.cpp", target="_blank"];
    n_analysis__common__DataFilter [label="DataFilter", fillcolor="#9ee5a3", color="#2c7a32", fontcolor="#0a3d10", tooltip="Abstract interface for SpectrumDataFilter + ChromatogramDataFilter. Ported as Analysis/PeakFilters/ISpectrumDataFilter.cs.", href="https://github.com/ProteoWizard/pwiz/blob/master/pwiz/analysis/common/DataFilter.hpp", target="_blank"];
    n_analysis__common__ExtraZeroSamplesFilter [label="ExtraZeroSamplesFilter", fillcolor="#9ee5a3", color="#2c7a32", fontcolor="#0a3d10", tooltip="Drops / preserves flanking zero samples around peaks (preserveFlankingZeros toggle). Folded inline into Analysis/SpectrumListZeroSamplesFilter.cs.", href="https://github.com/ProteoWizard/pwiz/blob/master/pwiz/analysis/common/ExtraZeroSamplesFilter.cpp", target="_blank"];
    n_analysis__common__LocalMaximumPeakDetector [label="LocalMaximumPeakDetector", fillcolor="#9ee5a3", color="#2c7a32", fontcolor="#0a3d10", tooltip="Simple local-maximum peak detector. Ported as Analysis/PeakPicking/LocalMaximumPeakDetector.cs.", href="https://github.com/ProteoWizard/pwiz/blob/master/pwiz/analysis/common/LocalMaximumPeakDetector.cpp", target="_blank"];
    n_analysis__common__PeakDetector [label="PeakDetector", fillcolor="#9ee5a3", color="#2c7a32", fontcolor="#0a3d10", tooltip="Abstract interface + Peak struct for peak detectors. Ported as Analysis/PeakPicking/IPeakDetector.cs.", href="https://github.com/ProteoWizard/pwiz/blob/master/pwiz/analysis/common/PeakDetector.hpp", target="_blank"];
    n_analysis__common__SavitzkyGolaySmoother [label="SavitzkyGolaySmoother", fillcolor="#9ee5a3", color="#2c7a32", fontcolor="#0a3d10", tooltip="Savitzky-Golay polynomial smoothing. Ported as Analysis/PeakPicking/SavitzkyGolaySmoother.cs (and ChromatogramListSavitzkyGolaySmoother for the chromatogram path).", href="https://github.com/ProteoWizard/pwiz/blob/master/pwiz/analysis/common/SavitzkyGolaySmoother.cpp", target="_blank"];
    n_analysis__common__Smoother [label="Smoother", fillcolor="#9ee5a3", color="#2c7a32", fontcolor="#0a3d10", tooltip="Abstract interface for 1-D smoothers. Ported as Analysis/PeakPicking/ISmoother.cs.", href="https://github.com/ProteoWizard/pwiz/blob/master/pwiz/analysis/common/Smoother.hpp", target="_blank"];
    n_analysis__common__WhittakerSmoother [label="WhittakerSmoother", fillcolor="#f5a8a8", color="#a02020", fontcolor="#3d0a0a", tooltip="Whittaker smoothing. NOT PORTED — SeeMS exposes it as a Smoother.Type enum value but the implementation isn't wired through. msconvert defaults to SG so this rarely matters; port when a user asks for it.", href="https://github.com/ProteoWizard/pwiz/blob/master/pwiz/analysis/common/WhittakerSmoother.cpp", target="_blank"];
    n_analysis__common__ZeroSampleFiller [label="ZeroSampleFiller", fillcolor="#9ee5a3", color="#2c7a32", fontcolor="#0a3d10", tooltip="Inserts zero-intensity samples between m/z gaps so downstream filters see a uniformly-sampled signal. Ported as Analysis/PeakPicking/ZeroSampleFiller.cs.", href="https://github.com/ProteoWizard/pwiz/blob/master/pwiz/analysis/common/ZeroSampleFiller.cpp", target="_blank"];
    n_analysis__common__CwtPeakDetector -> n_analysis__common__DataFilter -> n_analysis__common__ExtraZeroSamplesFilter -> n_analysis__common__LocalMaximumPeakDetector -> n_analysis__common__PeakDetector -> n_analysis__common__SavitzkyGolaySmoother -> n_analysis__common__Smoother -> n_analysis__common__WhittakerSmoother -> n_analysis__common__ZeroSampleFiller [style=invis, constraint=false];
  }
  n_analysis__spectrum_processing__MS2Deisotoper -> n_analysis__peakdetect__FeatureDetector [style=invis, minlen=1];
  n_analysis__peakdetect__FeatureDetector -> n_analysis__demux__CubicHermiteSpline [style=invis, minlen=1];
  n_analysis__demux__CubicHermiteSpline -> n_analysis__chromatogram_processing__ChromatogramListFactory [style=invis, minlen=1];
  n_analysis__chromatogram_processing__ChromatogramListFactory -> n_analysis__calibration__Calibrator [style=invis, minlen=1];
  n_analysis__calibration__Calibrator -> n_analysis__dia_umpire__DiaUmpire [style=invis, minlen=1];
  n_analysis__dia_umpire__DiaUmpire -> n_analysis__passive__MSDataAnalyzer [style=invis, minlen=1];
  n_analysis__passive__MSDataAnalyzer -> n_analysis__frequency__FrequencyEstimator [style=invis, minlen=1];
  n_analysis__frequency__FrequencyEstimator -> n_analysis__peptideid__PeptideID [style=invis, minlen=1];
  n_analysis__peptideid__PeptideID -> n_analysis__proteome_processing__ProteinListFactory [style=invis, minlen=1];
  n_analysis__proteome_processing__ProteinListFactory -> n_analysis__findmf__qtofpeakpickerfilter [style=invis, minlen=1];
  n_analysis__findmf__qtofpeakpickerfilter -> n_analysis__eharmony__AMTContainer [style=invis, minlen=1];
  n_analysis__eharmony__AMTContainer -> n_analysis__common__CwtPeakDetector [style=invis, minlen=1];
  subgraph cluster_legend {
    label=<<b>Status</b>>;
    style="rounded";
    color="#444";
    fontname="Segoe UI";
    fontsize=11;
    margin=8;
    rank=same;
    legend_full [label="ported", fillcolor="#9ee5a3", color="#2c7a32", fontcolor="#0a3d10"];
    legend_partial [label="partial", fillcolor="#ffe48a", color="#a87000", fontcolor="#4a3000"];
    legend_none [label="not yet ported", fillcolor="#f5a8a8", color="#a02020", fontcolor="#3d0a0a"];
    legend_skipped [label=<<s>won't port (BCL/legacy)</s>>, fillcolor="#dcdcdc", color="#888888", fontcolor="#555555"];
    legend_full -> legend_partial -> legend_none -> legend_skipped [style=invis, constraint=false];
  }
  n_analysis__common__CwtPeakDetector -> legend_full [style=invis, minlen=1];
}
